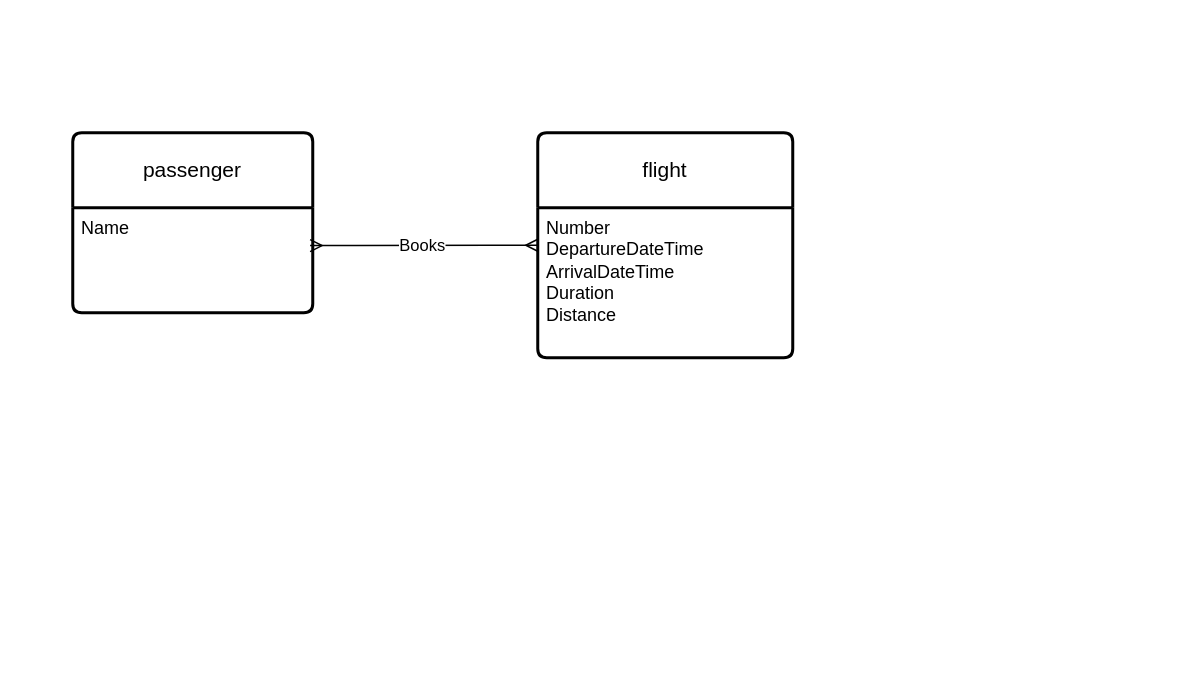
Earlier version of the draw.io diagram flightBooking.drawio (Tony-Ndereva/ER-diagrams). Source tidied: cells renumbered, new cells numbered last; positions are measured from the earlier drawing's top-left corner, leaving out a move shared by most shapes. Both pictures are drawn from the tidied source at 150%, with x=0, y=0 at pixel (72, 132).
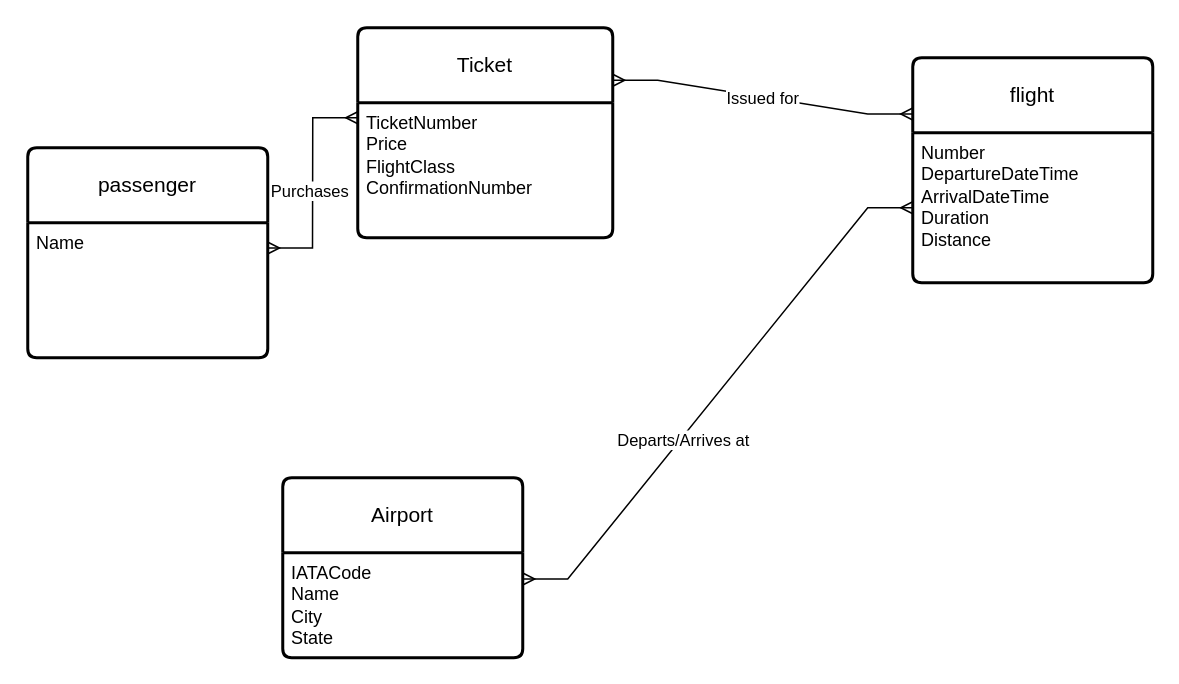
The same page after the edit.

Diff of the diagram source:
```diff
@@
 <mxGraphModel>
   <root>
     <mxCell id="0" />
     <mxCell id="1" parent="0" />
     <mxCell id="2" value="passenger" style="swimlane;horizontal=1;startSize=50;rounded=1;fontSize=14;fontStyle=0;strokeWidth=2;shadow=0;dashed=0;align=center;arcSize=4;whiteSpace=wrap;html=1;" parent="1" vertex="1">
-      <mxGeometry width="160" height="120" as="geometry" />
+      <mxGeometry x="-30" y="10" width="160" height="140" as="geometry" />
     </mxCell>
     <mxCell id="3" value="Name&amp;nbsp;" style="align=left;strokeColor=none;fillColor=none;spacingLeft=4;fontSize=12;verticalAlign=top;html=1;" parent="2" vertex="1">
-      <mxGeometry y="50" width="160" height="70" as="geometry" />
+      <mxGeometry y="50" width="160" height="90" as="geometry" />
     </mxCell>
     <mxCell id="4" value="flight" style="swimlane;horizontal=1;startSize=50;rounded=1;fontSize=14;fontStyle=0;strokeWidth=2;shadow=0;dashed=0;align=center;arcSize=4;whiteSpace=wrap;html=1;" parent="1" vertex="1">
-      <mxGeometry x="310" width="170" height="150" as="geometry" />
+      <mxGeometry x="560" y="-50" width="160" height="150" as="geometry" />
     </mxCell>
     <mxCell id="5" value="Number&lt;br&gt;DepartureDateTime&lt;br&gt;ArrivalDateTime&lt;br&gt;Duration&lt;br&gt;Distance" style="align=left;strokeColor=none;fillColor=none;spacingLeft=4;fontSize=12;verticalAlign=top;html=1;" parent="4" vertex="1">
-      <mxGeometry y="50" width="170" height="100" as="geometry" />
+      <mxGeometry y="50" width="160" height="100" as="geometry" />
     </mxCell>
-    <mxCell id="6" style="edgeStyle=entityRelationEdgeStyle;fontSize=12;html=1;endArrow=ERmany;startArrow=ERmany;rounded=0;entryX=0.989;entryY=0.36;entryDx=0;entryDy=0;exitX=0;exitY=0.25;exitDx=0;exitDy=0;entryPerimeter=0;" parent="1" edge="1" source="5" target="3">
-      <mxGeometry relative="1" as="geometry" />
-    </mxCell>
-    <mxCell id="7" value="Books" style="edgeLabel;html=1;align=center;verticalAlign=middle;" parent="6" vertex="1">
-      <mxGeometry x="0.01" y="-1" relative="1" as="geometry" />
-    </mxCell>
+    <mxCell id="8" value="Airport" style="swimlane;horizontal=1;startSize=50;rounded=1;fontSize=14;fontStyle=0;strokeWidth=2;shadow=0;dashed=0;align=center;arcSize=4;whiteSpace=wrap;html=1;" parent="1" vertex="1">
+      <mxGeometry x="140" y="230" width="160" height="120" as="geometry" />
+    </mxCell>
+    <mxCell id="9" value="IATACode&lt;br&gt;Name&lt;br&gt;City&lt;br&gt;State" style="align=left;strokeColor=none;fillColor=none;spacingLeft=4;fontSize=12;verticalAlign=top;html=1;" parent="8" vertex="1">
+      <mxGeometry y="50" width="160" height="70" as="geometry" />
+    </mxCell>
+    <mxCell id="10" style="edgeStyle=entityRelationEdgeStyle;fontSize=12;html=1;endArrow=ERmany;startArrow=ERmany;rounded=0;exitX=1;exitY=0.25;exitDx=0;exitDy=0;" parent="1" edge="1" source="9" target="5">
+      <mxGeometry relative="1" as="geometry" />
+    </mxCell>
+    <mxCell id="11" value="Departs/Arrives at" style="edgeLabel;html=1;align=center;verticalAlign=middle;" parent="10" vertex="1">
+      <mxGeometry x="-0.2" y="-1" relative="1" as="geometry" />
+    </mxCell>
+    <mxCell id="12" value="Ticket" style="swimlane;horizontal=1;startSize=50;rounded=1;fontSize=14;fontStyle=0;strokeWidth=2;shadow=0;dashed=0;align=center;arcSize=4;whiteSpace=wrap;html=1;" parent="1" vertex="1">
+      <mxGeometry x="190" y="-70" width="170" height="140" as="geometry" />
+    </mxCell>
+    <mxCell id="13" value="TicketNumber&lt;br&gt;Price&lt;br&gt;FlightClass&lt;br&gt;ConfirmationNumber" style="align=left;strokeColor=none;fillColor=none;spacingLeft=4;fontSize=12;verticalAlign=top;html=1;" parent="12" vertex="1">
+      <mxGeometry y="50" width="170" height="90" as="geometry" />
+    </mxCell>
+    <mxCell id="14" style="edgeStyle=entityRelationEdgeStyle;fontSize=12;html=1;endArrow=ERmany;startArrow=ERmany;rounded=0;exitX=0.999;exitY=0.187;exitDx=0;exitDy=0;exitPerimeter=0;entryX=0;entryY=0.111;entryDx=0;entryDy=0;entryPerimeter=0;" parent="1" edge="1" source="3" target="13">
+      <mxGeometry relative="1" as="geometry" />
+    </mxCell>
+    <mxCell id="15" value="Purchases" style="edgeLabel;html=1;align=center;verticalAlign=middle;" parent="14" vertex="1">
+      <mxGeometry x="-0.08" y="2" relative="1" as="geometry" />
+    </mxCell>
+    <mxCell id="16" style="edgeStyle=entityRelationEdgeStyle;fontSize=12;html=1;endArrow=ERmany;startArrow=ERmany;rounded=0;exitX=1;exitY=0.25;exitDx=0;exitDy=0;entryX=0;entryY=0.25;entryDx=0;entryDy=0;" parent="1" edge="1" source="12" target="4">
+      <mxGeometry relative="1" as="geometry" />
+    </mxCell>
+    <mxCell id="17" value="Issued for" style="edgeLabel;html=1;align=center;verticalAlign=middle;" parent="16" vertex="1">
+      <mxGeometry x="-0.01" relative="1" as="geometry" />
+    </mxCell>
   </root>
 </mxGraphModel>
```
